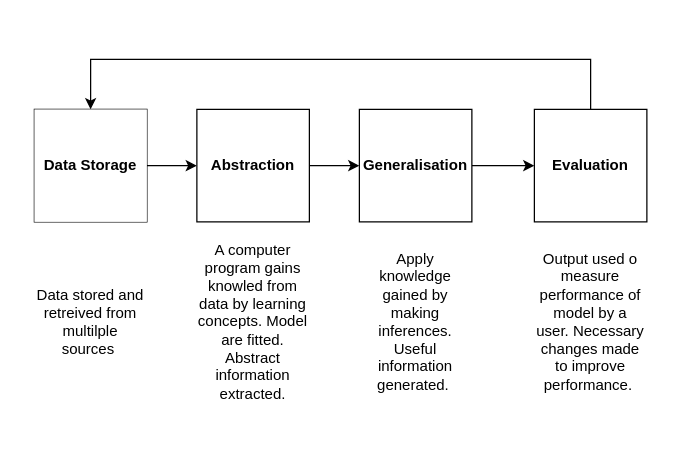
kechcole/Flow-Chart-Diagrams keeps this draw.io diagram as Untitled Diagram.drawio. Above is the earlier version. Source tidied: cells renumbered, new cells numbered last; positions are measured from the earlier drawing's top-left corner, leaving out a move shared by most shapes. Both pictures are drawn from the tidied source at 125%, with x=0, y=0 at pixel (34, 59).
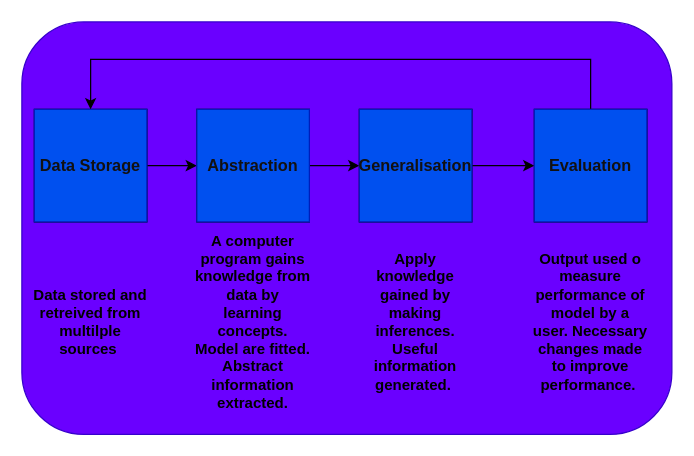
The same diagram, later.

Diff of the diagram source:
```diff
@@
+    <mxCell id="18" style="rounded=1;textOpacity=10;labelBackgroundColor=none;fillColor=#6a00ff;fontColor=#121111;strokeColor=#3700CC;fontSize=13;textShadow=0;labelBorderColor=none;whiteSpace=wrap;html=1;spacing=0;" parent="1" vertex="1">
+      <mxGeometry x="-10" y="-30" width="520" height="330" as="geometry" />
+    </mxCell>
@@
-    <mxCell id="9" value="Data Storage" style="text;html=1;align=center;verticalAlign=middle;whiteSpace=wrap;rounded=0;fillColor=default;fontStyle=1;" parent="1" vertex="1">
+    <mxCell id="9" value="Data Storage" style="text;html=1;align=center;verticalAlign=middle;whiteSpace=wrap;rounded=0;fillColor=#0050ef;fontStyle=1;fontColor=#121111;strokeColor=#001DBC;fontSize=13;labelBorderColor=none;labelBackgroundColor=none;textShadow=0;" parent="1" vertex="1">
       <mxGeometry y="40" width="90" height="90" as="geometry" />
     </mxCell>
-    <mxCell id="10" value="Abstraction" style="text;html=1;align=center;verticalAlign=middle;whiteSpace=wrap;rounded=0;fontStyle=1;" parent="1" vertex="1">
+    <mxCell id="10" value="Abstraction" style="text;html=1;align=center;verticalAlign=middle;whiteSpace=wrap;rounded=0;fontStyle=1;fillColor=#0050ef;fontColor=#121111;strokeColor=#001DBC;fontSize=13;labelBorderColor=none;labelBackgroundColor=none;textShadow=0;" parent="1" vertex="1">
       <mxGeometry x="130" y="40" width="90" height="90" as="geometry" />
     </mxCell>
@@
-    <mxCell id="12" value="Evaluation" style="text;html=1;align=center;verticalAlign=middle;whiteSpace=wrap;rounded=0;fontStyle=1;" parent="1" vertex="1">
+    <mxCell id="12" value="Evaluation" style="text;html=1;align=center;verticalAlign=middle;whiteSpace=wrap;rounded=0;fontStyle=1;fillColor=#0050ef;fontColor=#121111;strokeColor=#001DBC;fontSize=13;labelBorderColor=none;labelBackgroundColor=none;textShadow=0;" parent="1" vertex="1">
       <mxGeometry x="400" y="40" width="90" height="90" as="geometry" />
     </mxCell>
-    <mxCell id="13" value="Generalisation" style="text;html=1;align=center;verticalAlign=middle;whiteSpace=wrap;rounded=0;fontStyle=1;" parent="1" vertex="1">
+    <mxCell id="13" value="Generalisation" style="text;html=1;align=center;verticalAlign=middle;whiteSpace=wrap;rounded=0;fontStyle=1;fillColor=#0050ef;fontColor=#121111;strokeColor=#001DBC;fontSize=13;labelBorderColor=none;labelBackgroundColor=none;textShadow=0;" parent="1" vertex="1">
       <mxGeometry x="260" y="40" width="90" height="90" as="geometry" />
     </mxCell>
-    <mxCell id="14" value="Data stored and retreived from multilple sources&amp;nbsp;" style="text;html=1;align=center;verticalAlign=middle;whiteSpace=wrap;rounded=0;shadow=1;perimeterSpacing=1;opacity=60;" parent="1" vertex="1">
+    <mxCell id="14" value="Data stored and retreived from multilple sources " style="text;align=center;verticalAlign=middle;rounded=0;shadow=1;perimeterSpacing=1;opacity=60;fontStyle=1;textShadow=0;labelBackgroundColor=none;whiteSpace=wrap;html=1;spacing=0;" parent="1" vertex="1">
       <mxGeometry y="150" width="90" height="120" as="geometry" />
     </mxCell>
-    <mxCell id="15" value="A computer program gains knowled from data by learning concepts. Model are fitted. Abstract information extracted." style="text;html=1;align=center;verticalAlign=middle;whiteSpace=wrap;rounded=0;shadow=1;perimeterSpacing=1;opacity=60;" parent="1" vertex="1">
+    <mxCell id="15" value="A computer program gains knowledge from data by learning concepts. Model are fitted. Abstract information extracted." style="text;align=center;verticalAlign=middle;rounded=0;shadow=1;perimeterSpacing=1;opacity=60;fontStyle=1;textShadow=0;labelBackgroundColor=none;whiteSpace=wrap;html=1;spacing=0;" parent="1" vertex="1">
       <mxGeometry x="130" y="150" width="90" height="120" as="geometry" />
     </mxCell>
-    <mxCell id="16" value="Output used o measure performance of model by a user. Necessary changes made to improve performance.&lt;span style=&quot;background-color: initial;&quot;&gt;&amp;nbsp;&lt;/span&gt;" style="text;html=1;align=center;verticalAlign=middle;whiteSpace=wrap;rounded=0;shadow=1;perimeterSpacing=1;opacity=60;" parent="1" vertex="1">
+    <mxCell id="16" value="Output used o measure performance of model by a user. Necessary changes made to improve performance. " style="text;align=center;verticalAlign=middle;rounded=0;shadow=1;perimeterSpacing=1;opacity=60;fontStyle=1;textShadow=0;labelBackgroundColor=none;whiteSpace=wrap;html=1;spacing=0;" parent="1" vertex="1">
       <mxGeometry x="400" y="150" width="90" height="120" as="geometry" />
     </mxCell>
-    <mxCell id="17" value="Apply knowledge gained by making inferences. Useful information generated.&amp;nbsp;" style="text;html=1;align=center;verticalAlign=middle;whiteSpace=wrap;rounded=0;shadow=1;perimeterSpacing=1;opacity=60;" parent="1" vertex="1">
+    <mxCell id="17" value="Apply knowledge gained by making inferences. Useful information generated. " style="text;align=center;verticalAlign=middle;rounded=0;shadow=1;perimeterSpacing=1;opacity=60;fontStyle=1;textShadow=0;labelBackgroundColor=none;whiteSpace=wrap;html=1;spacing=0;" parent="1" vertex="1">
       <mxGeometry x="260" y="150" width="90" height="120" as="geometry" />
     </mxCell>
```
